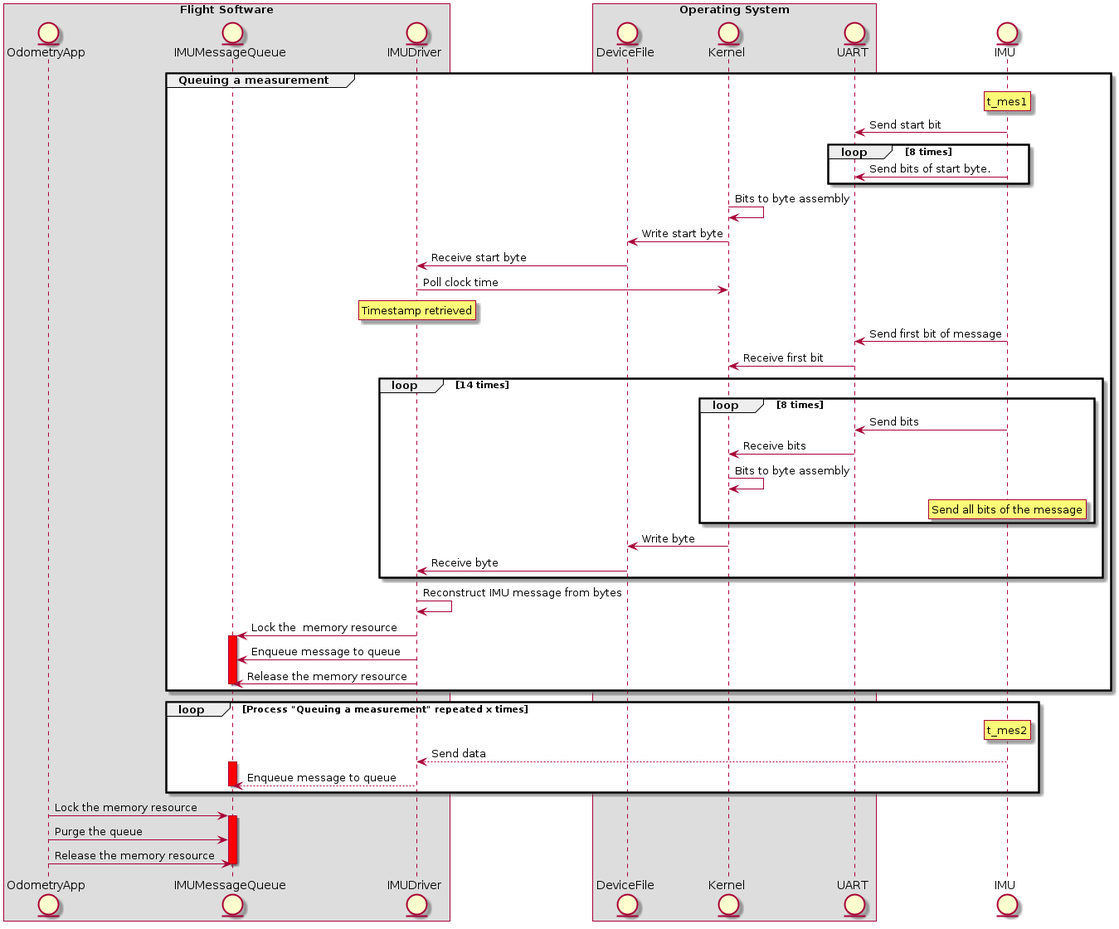
Earlier version of the PlantUML export documentation/requirements_engineering/diagrams/high_level_sys_overview.png (renn0xtek9/assignment).
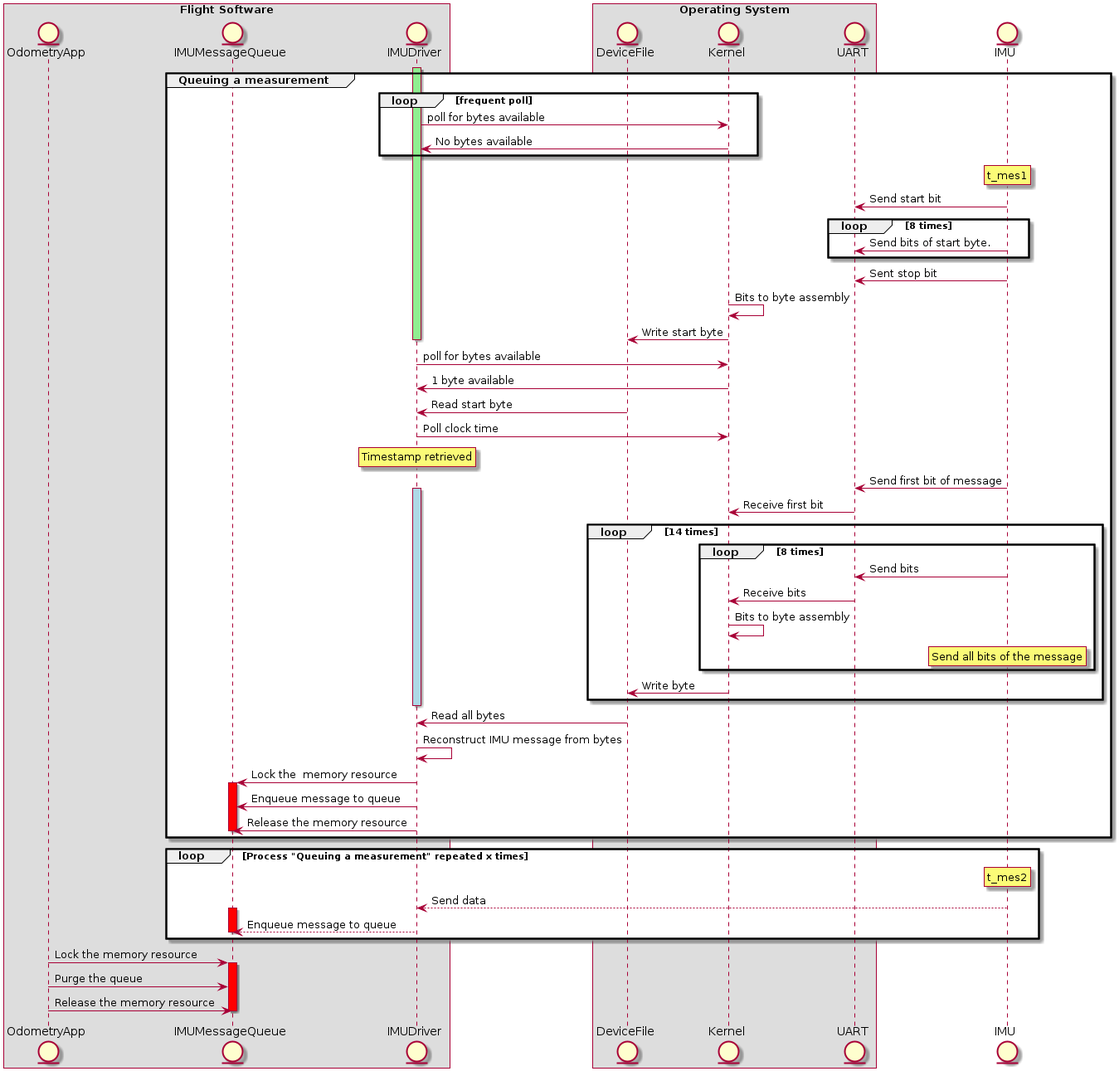
Above is the later version.

Diff of the diagram source:
```diff
@@ -13,6 +13,13 @@
 entity IMU
 
 group Queuing a measurement
+    activate IMUDriver #LightGreen
+
+    loop frequent poll
+    IMUDriver -> Kernel: poll for bytes available
+    Kernel -> IMUDriver: No bytes available
+    end
+
     rnote over IMU
         t_mes1
     endrnote
@@ -20,14 +27,23 @@
     loop 8 times
         IMU -> UART: Send bits of start byte.
     end
+    IMU -> UART: Sent stop bit
     Kernel -> Kernel: Bits to byte assembly
     Kernel -> DeviceFile: Write start byte
-    DeviceFile -> IMUDriver: Receive start byte
+
+    deactivate IMUDriver
+    IMUDriver -> Kernel: poll for bytes available
+    Kernel -> IMUDriver: 1 byte available
+
+    DeviceFile -> IMUDriver: Read start byte
     IMUDriver -> Kernel: Poll clock time
+
     rnote over IMUDriver
         Timestamp retrieved
     endrnote
+
     IMU -> UART: Send first bit of message
+    activate IMUDriver #LightBlue
     UART -> Kernel: Receive first bit
     loop 14 times
         loop 8 times
@@ -39,8 +55,11 @@
             endrnote
         end
         Kernel -> DeviceFile: Write byte
-        DeviceFile -> IMUDriver: Receive byte
     end
+    deactivate IMUDriver
+
+    activate IMUDriver #LightGreen
+    DeviceFile -> IMUDriver: Read all bytes
 
     IMUDriver ->IMUDriver: Reconstruct IMU message from bytes
     IMUDriver -> IMUMessageQueue: Lock the  memory resource
@@ -48,8 +67,9 @@
     IMUDriver -> IMUMessageQueue: Enqueue message to queue
     IMUDriver -> IMUMessageQueue: Release the memory resource
     deactivate IMUMessageQueue
+
+    deactivate IMUDriver
 end
-
 loop Process "Queuing a measurement" repeated x times
     rnote over IMU
         t_mes2
```
